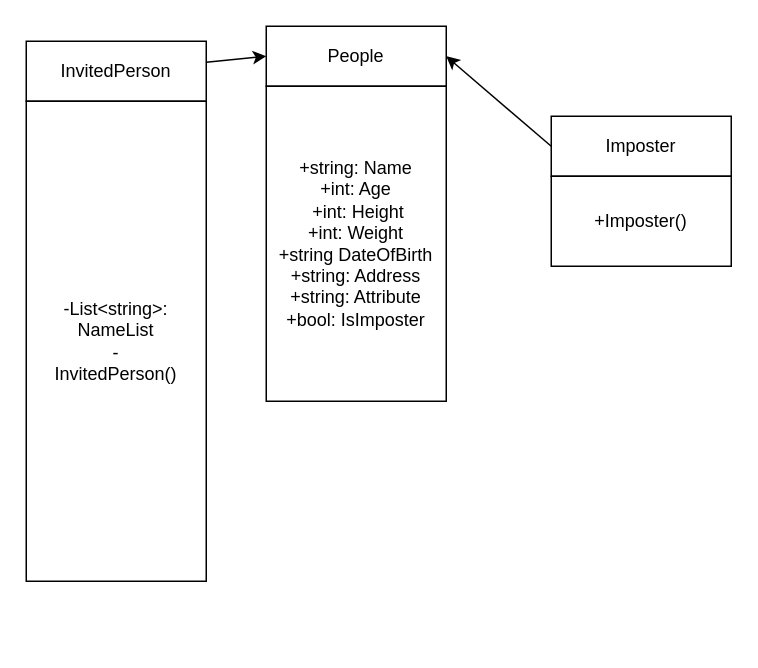
This is diagram.drawio from TE22B-Champathong-Phatchara/SlutProj, a draw.io file, before an edit. Source tidied: cells renumbered, new cells numbered last; positions are measured from the earlier drawing's top-left corner, leaving out a move shared by most shapes. Both pictures are drawn from the tidied source at 150%, with x=0, y=0 at pixel (26, 26).
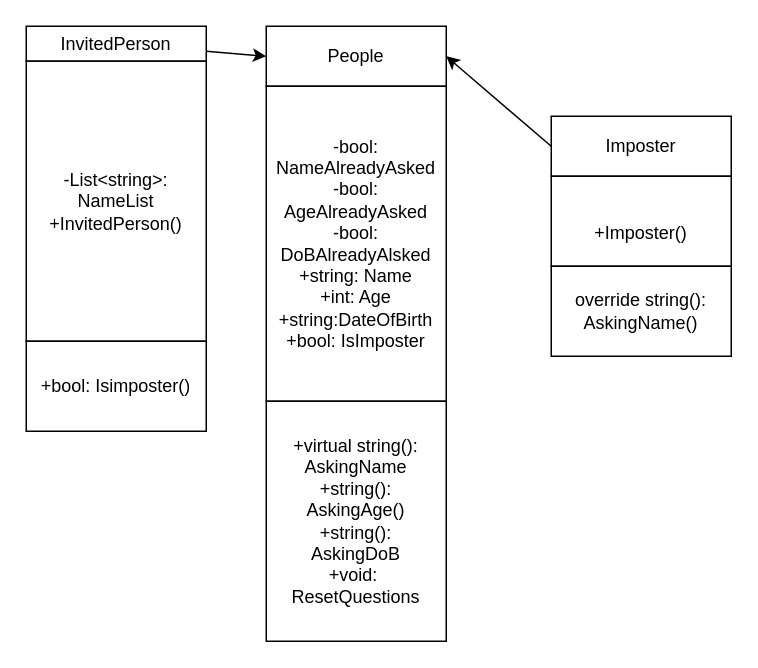
The same page after the edit.

Diff of the diagram source:
```diff
@@
 <mxGraphModel>
   <root>
     <mxCell id="0" />
     <mxCell id="1" parent="0" />
     <mxCell id="2" style="edgeStyle=none;html=1;exitX=0;exitY=0.5;exitDx=0;exitDy=0;entryX=1;entryY=0.5;entryDx=0;entryDy=0;" parent="1" edge="1" source="11" target="4">
       <mxGeometry relative="1" as="geometry" />
     </mxCell>
     <mxCell id="3" style="group;" parent="1" vertex="1">
-      <mxGeometry x="160" width="120" height="250" as="geometry" />
+      <mxGeometry x="160" width="120" height="410" as="geometry" />
     </mxCell>
     <mxCell id="4" value="People" style="rounded=0;whiteSpace=wrap;html=1;" parent="3" vertex="1">
       <mxGeometry width="120" height="40" as="geometry" />
     </mxCell>
-    <mxCell id="5" value="+string: Name&lt;br&gt;+int: Age&lt;br&gt;&amp;nbsp;+int: Height&lt;br&gt;+int: Weight&lt;br&gt;+string DateOfBirth&lt;br&gt;+string: Address&lt;br&gt;+string: Attribute&lt;br&gt;+bool: IsImposter" style="rounded=0;whiteSpace=wrap;html=1;" parent="3" vertex="1">
+    <mxCell id="5" value="-bool: NameAlreadyAsked&lt;br&gt;-bool: AgeAlreadyAsked&lt;br&gt;-bool:&lt;br&gt;DoBAlreadyAlsked&lt;br&gt;+string: Name&lt;br&gt;+int: Age&lt;br&gt;+string:DateOfBirth&lt;br&gt;+bool: IsImposter" style="rounded=0;whiteSpace=wrap;html=1;" parent="3" vertex="1">
       <mxGeometry y="40" width="120" height="210" as="geometry" />
     </mxCell>
+    <mxCell id="13" value="+virtual string(): AskingName&lt;br&gt;+string():&lt;br&gt;AskingAge()&lt;br&gt;+string():&lt;br&gt;AskingDoB&lt;br&gt;+void:&amp;nbsp;&lt;br&gt;ResetQuestions" style="rounded=0;whiteSpace=wrap;html=1;" parent="3" vertex="1">
+      <mxGeometry y="250" width="120" height="160" as="geometry" />
+    </mxCell>
     <mxCell id="6" style="group;" parent="1" vertex="1">
-      <mxGeometry y="10" width="120" height="360" as="geometry" />
+      <mxGeometry width="120" height="210" as="geometry" />
     </mxCell>
     <mxCell id="7" value="InvitedPerson" style="rounded=0;whiteSpace=wrap;html=1;" parent="6" vertex="1">
-      <mxGeometry width="120" height="40" as="geometry" />
+      <mxGeometry width="120" height="23.3" as="geometry" />
     </mxCell>
-    <mxCell id="8" value="-List&amp;lt;string&amp;gt;: NameList&lt;br&gt;-&lt;br&gt;InvitedPerson()" style="rounded=0;whiteSpace=wrap;html=1;" parent="6" vertex="1">
-      <mxGeometry y="40" width="120" height="320" as="geometry" />
+    <mxCell id="8" value="-List&amp;lt;string&amp;gt;: NameList&lt;br&gt;+InvitedPerson()" style="rounded=0;whiteSpace=wrap;html=1;" parent="6" vertex="1">
+      <mxGeometry y="23.3" width="120" height="186.7" as="geometry" />
     </mxCell>
     <mxCell id="9" style="edgeStyle=none;html=1;entryX=0;entryY=0.5;entryDx=0;entryDy=0;" parent="1" edge="1" source="7" target="4">
       <mxGeometry relative="1" as="geometry" />
     </mxCell>
     <mxCell id="10" style="group;" parent="1" vertex="1">
       <mxGeometry x="350" y="60" width="120" height="100" as="geometry" />
     </mxCell>
     <mxCell id="11" value="Imposter" style="rounded=0;whiteSpace=wrap;html=1;" parent="10" vertex="1">
       <mxGeometry width="120" height="40" as="geometry" />
     </mxCell>
-    <mxCell id="12" value="+Imposter()" style="rounded=0;whiteSpace=wrap;html=1;" parent="10" vertex="1">
+    <mxCell id="12" value="&lt;br&gt;+Imposter()" style="rounded=0;whiteSpace=wrap;html=1;" parent="10" vertex="1">
       <mxGeometry y="40" width="120" height="60" as="geometry" />
     </mxCell>
+    <mxCell id="14" value="override string(): AskingName()" style="rounded=0;whiteSpace=wrap;html=1;" parent="1" vertex="1">
+      <mxGeometry x="350" y="160" width="120" height="60" as="geometry" />
+    </mxCell>
+    <mxCell id="15" value="+bool: Isimposter()" style="rounded=0;whiteSpace=wrap;html=1;" parent="1" vertex="1">
+      <mxGeometry y="210" width="120" height="60" as="geometry" />
+    </mxCell>
   </root>
 </mxGraphModel>
```
